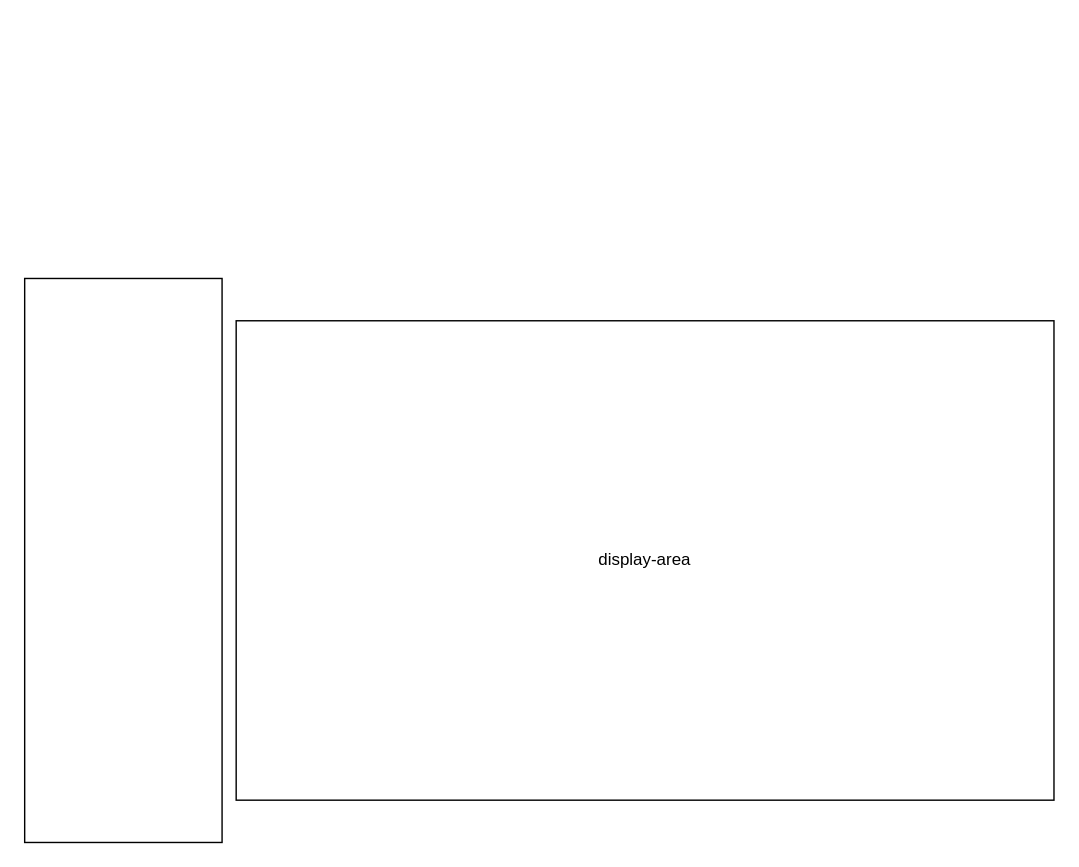
Earlier version of the draw.io diagram display-panel.drawio (PatrickBig/lcars-css). Source tidied: cells renumbered, new cells numbered last; positions are measured from the earlier drawing's top-left corner, leaving out a move shared by most shapes. Both pictures are drawn from the tidied source at 141%, with x=0, y=0 at pixel (24, 278).
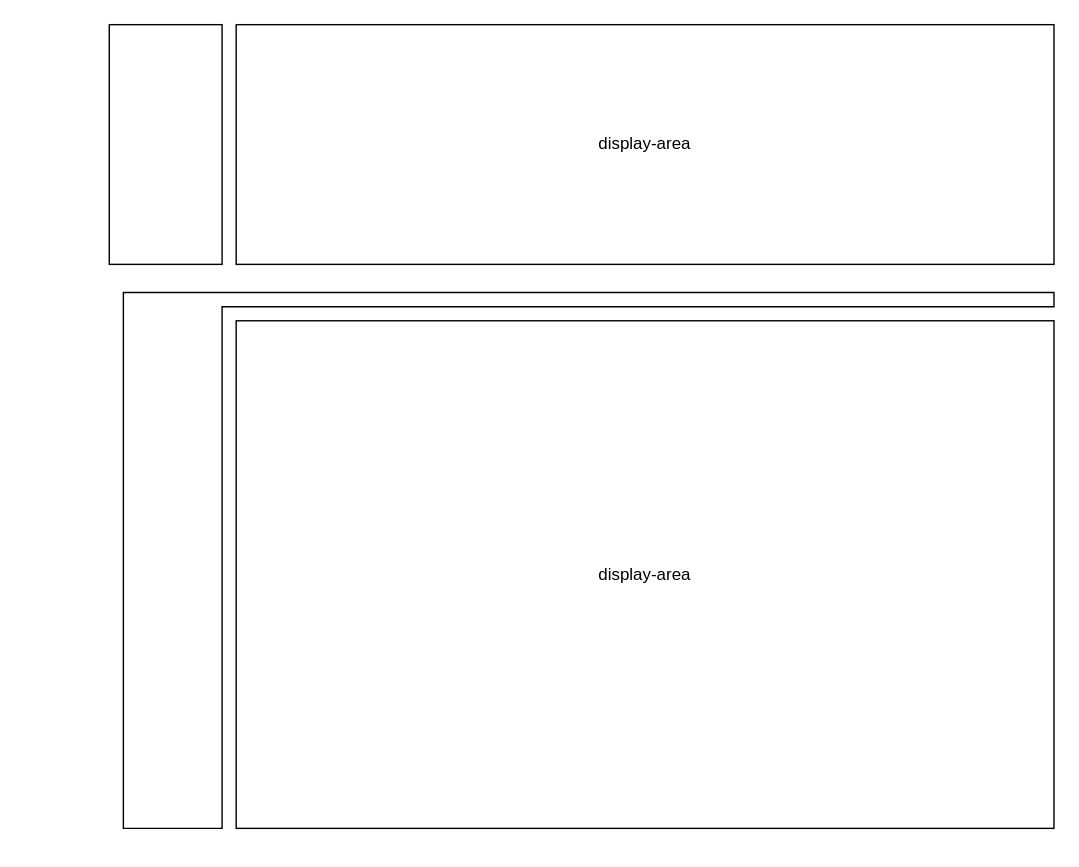
Above is the later version.

Diff of the diagram source:
```diff
@@
 <mxGraphModel>
   <root>
     <mxCell id="0" />
     <mxCell id="1" parent="0" />
     <mxCell id="2" value="display-area" style="rounded=0;whiteSpace=wrap;html=1;" parent="1" vertex="1">
-      <mxGeometry x="150" y="30" width="580" height="340" as="geometry" />
+      <mxGeometry x="150" y="30" width="580" height="360" as="geometry" />
     </mxCell>
-    <mxCell id="3" style="rounded=0;whiteSpace=wrap;html=1;" parent="1" vertex="1">
-      <mxGeometry width="140" height="400" as="geometry" />
-    </mxCell>
+    <mxCell id="4" style="shape=corner;whiteSpace=wrap;html=1;dx=70;dy=10;" parent="1" vertex="1">
+      <mxGeometry x="70" y="10" width="660" height="380" as="geometry" />
+    </mxCell>
+    <mxCell id="5" value="display-area" style="rounded=0;whiteSpace=wrap;html=1;" parent="1" vertex="1">
+      <mxGeometry x="150" y="-180" width="580" height="170" as="geometry" />
+    </mxCell>
+    <mxCell id="6" style="rounded=0;whiteSpace=wrap;html=1;" parent="1" vertex="1">
+      <mxGeometry x="60" y="-180" width="80" height="170" as="geometry" />
+    </mxCell>
   </root>
 </mxGraphModel>
```
